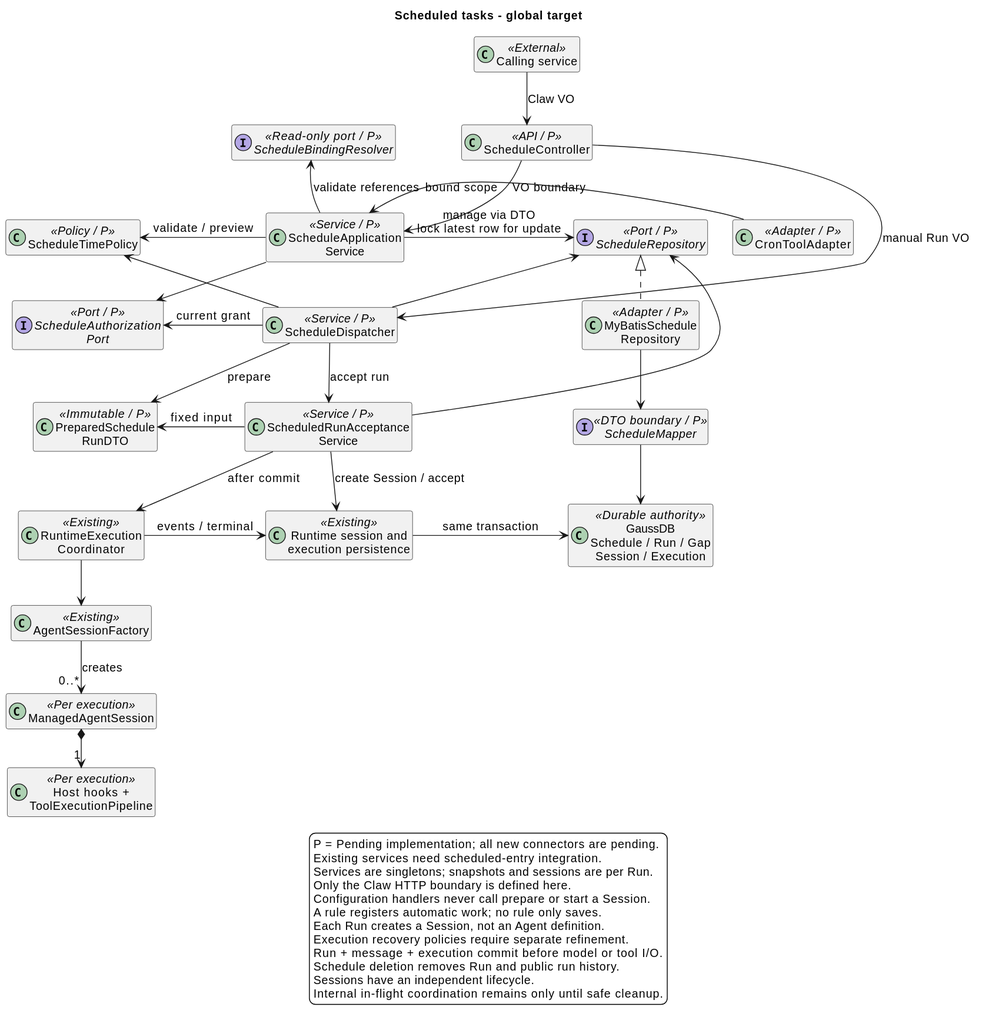
Earlier version of the PlantUML export 01-总体架构/08-CampusClaw定时任务/scheduled_task_architecture.svg (ssm0808/pi-mono-java-design).
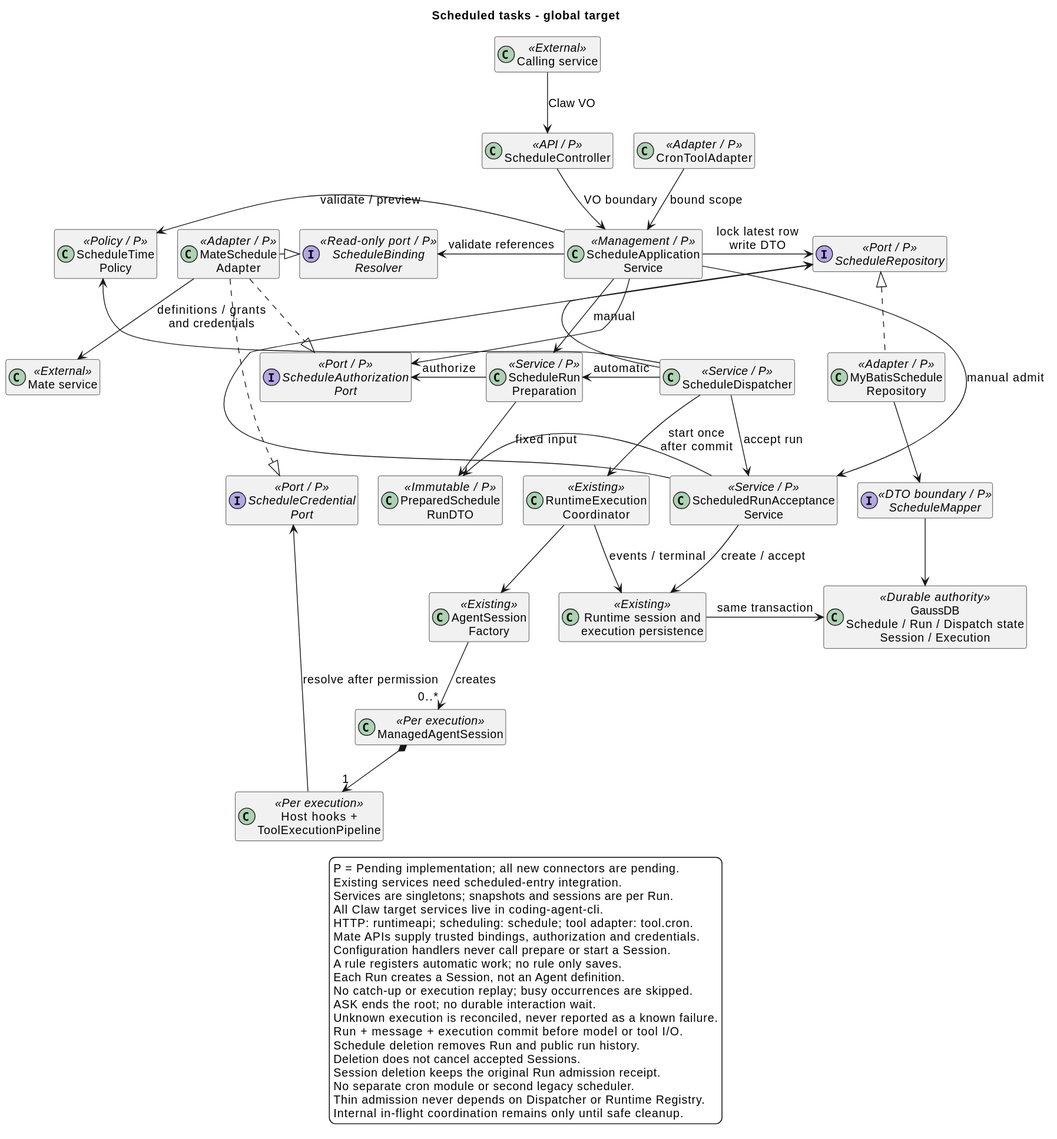
After the commit.

Change to the diagram source:
```diff
@@ -3,53 +3,64 @@
 skinparam backgroundColor white
 skinparam defaultFontSize 14
 skinparam classAttributeIconSize 0
-skinparam nodesep 30
-skinparam ranksep 45
+skinparam nodesep 25
+skinparam ranksep 55
 hide empty members
 class "Calling service" as Caller <<External>>
 class "ScheduleController" as Api <<API / P>>
 class "CronToolAdapter" as Tool <<Adapter / P>>
-class "ScheduleApplication\nService" as App <<Service / P>>
+class "ScheduleApplication\nService" as App <<Management / P>>
 class "ScheduleDispatcher" as Dispatch <<Service / P>>
 interface "ScheduleAuthorization\nPort" as Auth <<Port / P>>
-interface "ScheduleBindingResolver" as Binding <<Read-only port / P>>
-class "ScheduleTimePolicy" as Time <<Policy / P>>
+interface "ScheduleCredential\nPort" as Credential <<Port / P>>
+class "MateSchedule\nAdapter" as MateAdapter <<Adapter / P>>
+class "Mate service" as Mate <<External>>
+interface "ScheduleBinding\nResolver" as Binding <<Read-only port / P>>
+class "ScheduleTime\nPolicy" as Time <<Policy / P>>
+class "ScheduleRun\nPreparation" as Prepare <<Service / P>>
 class "PreparedSchedule\nRunDTO" as Snapshot <<Immutable / P>>
 interface "ScheduleRepository" as Repo <<Port / P>>
 class "MyBatisSchedule\nRepository" as RepoImpl <<Adapter / P>>
 interface "ScheduleMapper" as Mapper <<DTO boundary / P>>
-class "GaussDB\nSchedule / Run / Gap\nSession / Execution" as Db <<Durable authority>>
+class "GaussDB\nSchedule / Run / Dispatch state\nSession / Execution" as Db <<Durable authority>>
 class "ScheduledRunAcceptance\nService" as Accept <<Service / P>>
 class "Runtime session and\nexecution persistence" as Persist <<Existing>>
 class "RuntimeExecution\nCoordinator" as Coordinator <<Existing>>
-class "AgentSessionFactory" as Factory <<Existing>>
+class "AgentSession\nFactory" as Factory <<Existing>>
 class "ManagedAgentSession" as Session <<Per execution>>
 class "Host hooks +\nToolExecutionPipeline" as Pipeline <<Per execution>>
 Caller -down-> Api : Claw VO
 Api -down-> App : VO boundary
-Api -[norank]-> Dispatch : manual Run VO
-Tool -left-> App : bound scope
+App -down-> Prepare : manual
+App -[norank]-> Accept : manual admit
+Tool -down-> App : bound scope
 App -down[hidden]-> Dispatch
-Time -down[hidden]-> Auth
-Auth -down[hidden]-> Snapshot
+Binding -down[hidden]-> Auth
+Auth -down[hidden]-> Credential
 App -left-> Time : validate / preview
-App -right-> Repo : manage via DTO\nlock latest row for update
+App -right-> Repo : lock latest row\nwrite DTO
 App -[norank]-> Auth
-App -up-> Binding : validate references
+App -left-> Binding : validate references
 Dispatch -down-> Accept : accept run
-Dispatch -left-> Auth : current grant
+Dispatch -left-> Prepare : automatic
 Dispatch -[norank]-> Time
 Dispatch -[norank]-> Repo
-Dispatch -[norank]-> Snapshot : prepare
+Prepare -left-> Auth : authorize
+Pipeline -left-> Credential : resolve after permission
+Prepare -down-> Snapshot
+MateAdapter .right.|> Auth
+MateAdapter .right.|> Binding
+MateAdapter .right.|> Credential
+MateAdapter -down-> Mate : definitions / grants\nand credentials
 Accept -left-> Snapshot : fixed input
 Accept -[norank]-> Repo
 Repo <|.. RepoImpl
 RepoImpl -down-> Mapper
 Mapper -down-> Db
-Accept -down-> Persist : create Session / accept
-Persist -[norank]-> Db : same transaction
-Accept -down-> Coordinator : after commit
-Coordinator -[norank]-> Persist : events / terminal
+Accept -down-> Persist : create / accept
+Persist -right-> Db : same transaction
+Dispatch -down-> Coordinator : start once\nafter commit
+Coordinator -right-> Persist : events / terminal
 Coordinator -down-> Factory
 Factory -down-> "0..*" Session : creates
 Session *-down-> "1" Pipeline
@@ -57,14 +68,21 @@
   P = Pending implementation; all new connectors are pending.
   Existing services need scheduled-entry integration.
   Services are singletons; snapshots and sessions are per Run.
-  Only the Claw HTTP boundary is defined here.
+  All Claw target services live in coding-agent-cli.
+  HTTP: runtimeapi; scheduling: schedule; tool adapter: tool.cron.
+  Mate APIs supply trusted bindings, authorization and credentials.
   Configuration handlers never call prepare or start a Session.
   A rule registers automatic work; no rule only saves.
   Each Run creates a Session, not an Agent definition.
-  Execution recovery policies require separate refinement.
+  No catch-up or execution replay; busy occurrences are skipped.
+  ASK ends the root; no durable interaction wait.
+  Unknown execution is reconciled, never reported as a known failure.
   Run + message + execution commit before model or tool I/O.
   Schedule deletion removes Run and public run history.
-  Sessions have an independent lifecycle.
+  Deletion does not cancel accepted Sessions.
+  Session deletion keeps the original Run admission receipt.
+  No separate cron module or second legacy scheduler.
+  Thin admission never depends on Dispatcher or Runtime Registry.
   Internal in-flight coordination remains only until safe cleanup.
 endlegend
 @enduml
```
